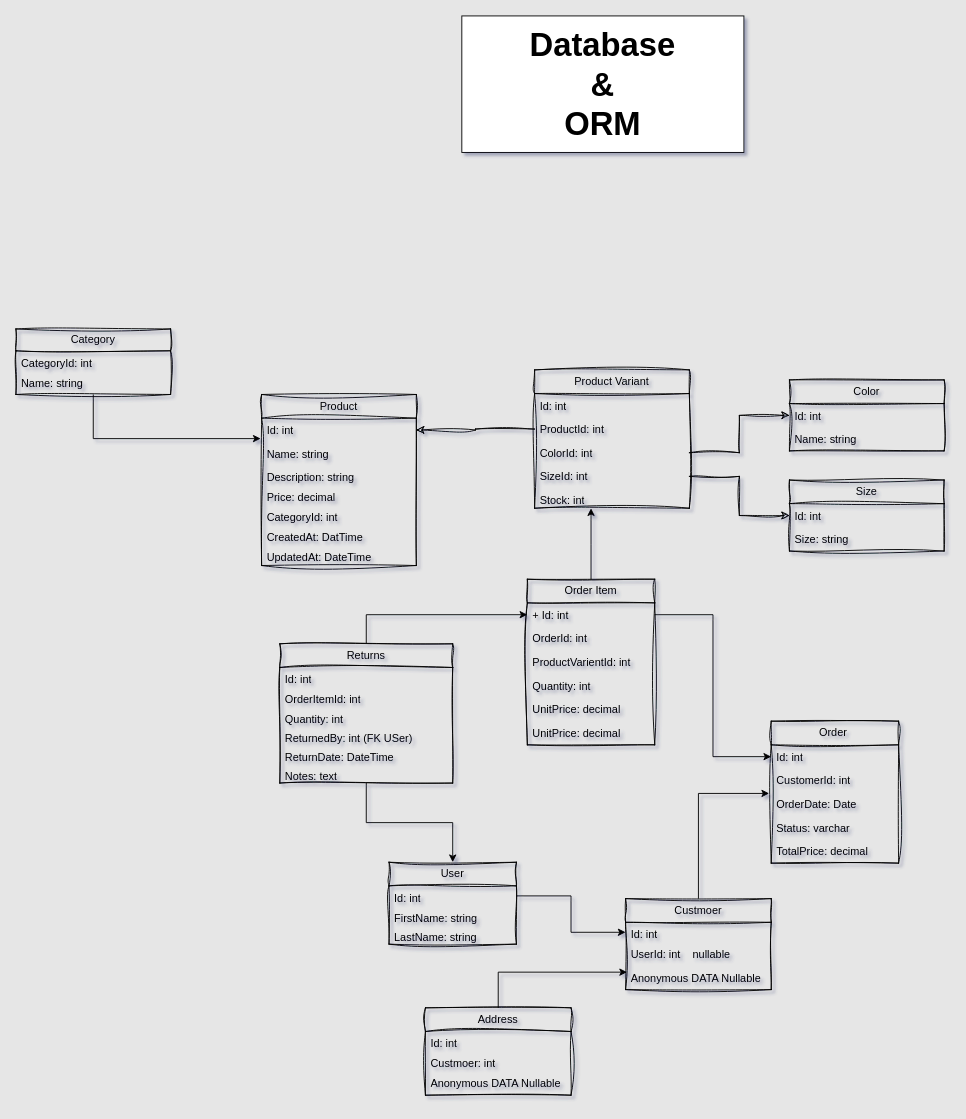
Before: page "Page-1" (1 of 5) of Kemet.drawio in MustaphaAlaa/Kemet, a draw.io diagram. Source tidied: cells renumbered, new cells numbered last; positions are measured from the earlier drawing's top-left corner, leaving out a move shared by most shapes. Both pictures are drawn from the tidied source at 91%, with x=0, y=0 at pixel (15, 15).
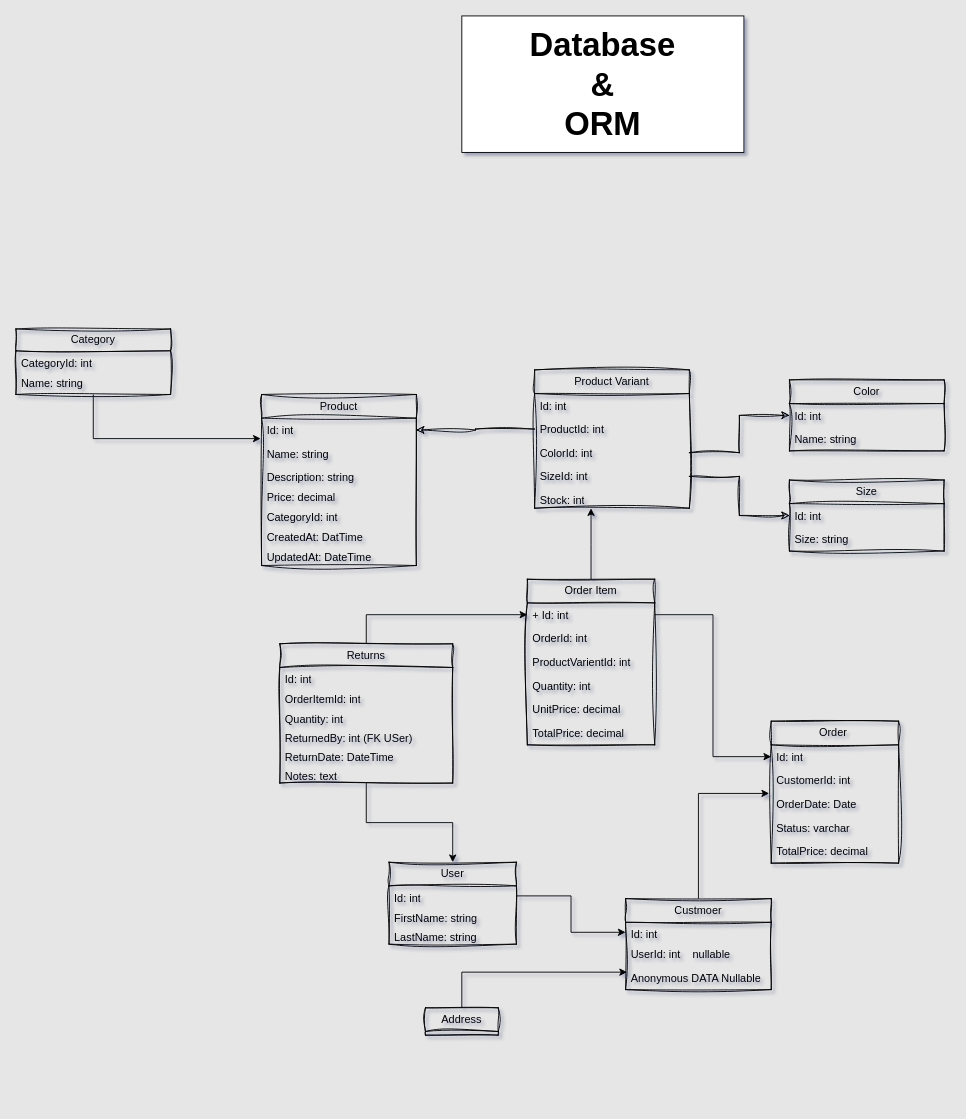
After the change.

The change refers to these unchanged cells:
```xml
<mxCell id="26" value="Order Item" style="swimlane;fontStyle=0;horizontal=1;startSize=26;fillColor=none;whiteSpace=wrap;html=1;rounded=0;labelBackgroundColor=none;sketch=1;curveFitting=1;jiggle=2;" parent="1" vertex="1">
  <mxGeometry x="562" y="619" width="140" height="182" as="geometry" />
</mxCell>
```

What changed in the source:
```diff
@@
-    <mxCell id="32" value="UnitPrice: decimal" style="text;strokeColor=none;fillColor=none;align=left;verticalAlign=top;spacingLeft=4;spacingRight=4;overflow=hidden;whiteSpace=wrap;html=1;rounded=0;labelBackgroundColor=none;sketch=1;curveFitting=1;jiggle=2;" parent="26" vertex="1">
+    <mxCell id="32" value="TotalPrice: decimal" style="text;strokeColor=none;fillColor=none;align=left;verticalAlign=top;spacingLeft=4;spacingRight=4;overflow=hidden;whiteSpace=wrap;html=1;rounded=0;labelBackgroundColor=none;sketch=1;curveFitting=1;jiggle=2;" parent="26" vertex="1">
       <mxGeometry y="156" width="140" height="26" as="geometry" />
     </mxCell>
@@
-    <mxCell id="50" value="Address" style="swimlane;fontStyle=0;horizontal=1;startSize=26;fillColor=none;whiteSpace=wrap;html=1;rounded=0;labelBackgroundColor=none;sketch=1;curveFitting=1;jiggle=2;" parent="1" vertex="1">
-      <mxGeometry x="450" y="1090" width="160" height="96" as="geometry" />
+    <mxCell id="50" value="Address" style="swimlane;fontStyle=0;horizontal=1;startSize=26;fillColor=none;whiteSpace=wrap;html=1;rounded=0;labelBackgroundColor=none;sketch=1;curveFitting=1;jiggle=2;" parent="1" vertex="1" collapsed="1">
+      <mxGeometry x="450" y="1090" width="80" height="30" as="geometry" />
     </mxCell>
-    <mxCell id="51" value="Id: int" style="text;strokeColor=none;fillColor=none;align=left;verticalAlign=top;spacingLeft=4;spacingRight=4;overflow=hidden;whiteSpace=wrap;html=1;rounded=0;labelBackgroundColor=none;sketch=1;curveFitting=1;jiggle=2;" parent="50" vertex="1">
-      <mxGeometry y="26" width="160" height="22" as="geometry" />
-    </mxCell>
-    <mxCell id="52" value="Custmoer: int" style="text;strokeColor=none;fillColor=none;align=left;verticalAlign=top;spacingLeft=4;spacingRight=4;overflow=hidden;whiteSpace=wrap;html=1;rounded=0;labelBackgroundColor=none;sketch=1;curveFitting=1;jiggle=2;" parent="50" vertex="1">
-      <mxGeometry y="48" width="160" height="22" as="geometry" />
-    </mxCell>
-    <mxCell id="53" value="Anonymous DATA Nullable" style="text;strokeColor=none;fillColor=none;align=left;verticalAlign=top;spacingLeft=4;spacingRight=4;overflow=hidden;whiteSpace=wrap;html=1;rounded=0;labelBackgroundColor=none;sketch=1;curveFitting=1;jiggle=2;" parent="50" vertex="1">
-      <mxGeometry y="70" width="160" height="26" as="geometry" />
-    </mxCell>
```
